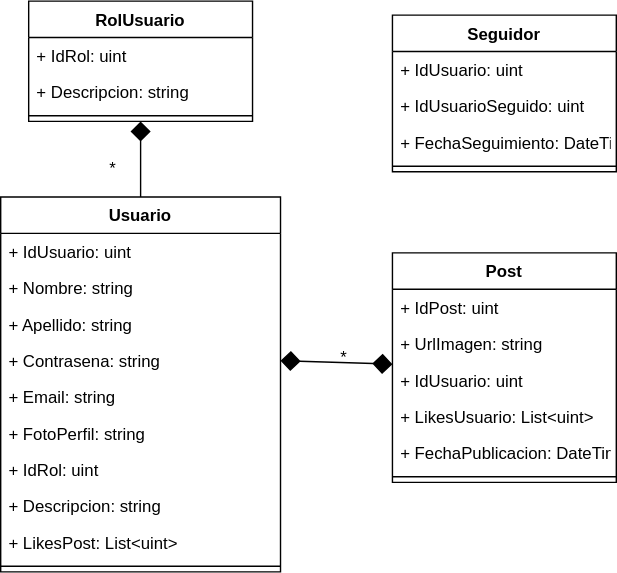
Earlier version of the draw.io export BackEnd/Models/Diagrama.drawio.svg (ChengLeonardo/WebImages). Source tidied: cells renumbered, new cells last; positions are measured from the earlier drawing's top-left corner, leaving out a move shared by most shapes.
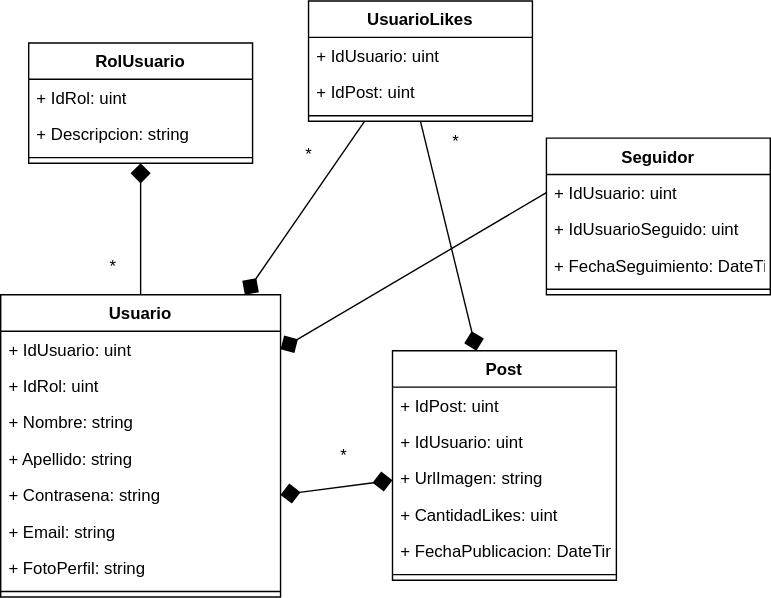
The same file after the commit.

Change to the diagram source:
```diff
@@ -6,7 +6,7 @@
       <mxGeometry relative="1" as="geometry" />
     </mxCell>
     <mxCell id="3" value="RolUsuario" style="swimlane;fontStyle=1;align=center;verticalAlign=top;horizontal=1;startSize=26;" parent="1" vertex="1">
-      <mxGeometry x="20" width="160" height="86" as="geometry" />
+      <mxGeometry x="20" y="-40" width="160" height="86" as="geometry" />
     </mxCell>
     <mxCell id="4" value="+ IdRol: uint" style="text;strokeColor=none;fillColor=none;align=left;verticalAlign=top;spacingLeft=4;spacingRight=4;overflow=hidden;" parent="3" vertex="1">
       <mxGeometry y="26" width="160" height="26" as="geometry" />
@@ -17,55 +17,55 @@
     <mxCell id="6" style="line;strokeWidth=1;fillColor=none;align=left;verticalAlign=middle;spacingTop=-1;spacingLeft=3;spacingRight=3;labelPosition=right;strokeColor=inherit;" parent="3" vertex="1">
       <mxGeometry y="78" width="160" height="8" as="geometry" />
     </mxCell>
+    <mxCell id="33" style="edgeStyle=none;html=1;entryX=0.25;entryY=1;entryDx=0;entryDy=0;startArrow=diamond;startFill=1;endArrow=none;endFill=0;startSize=12;" parent="1" edge="1" source="7" target="35">
+      <mxGeometry relative="1" as="geometry" />
+    </mxCell>
     <mxCell id="7" value="Usuario" style="swimlane;fontStyle=1;align=center;verticalAlign=top;horizontal=1;startSize=26;" parent="1" vertex="1">
-      <mxGeometry y="140" width="200" height="268" as="geometry" />
+      <mxGeometry y="140" width="200" height="216" as="geometry" />
     </mxCell>
     <mxCell id="8" value="+ IdUsuario: uint" style="text;strokeColor=none;fillColor=none;align=left;verticalAlign=top;spacingLeft=4;spacingRight=4;overflow=hidden;points=[[0,0.5],[1,0.5]];portConstraint=eastwest;" parent="7" vertex="1">
       <mxGeometry y="26" width="200" height="26" as="geometry" />
     </mxCell>
+    <mxCell id="14" value="+ IdRol: uint" style="text;strokeColor=none;fillColor=none;align=left;verticalAlign=top;spacingLeft=4;spacingRight=4;overflow=hidden;" parent="7" vertex="1">
+      <mxGeometry y="52" width="200" height="26" as="geometry" />
+    </mxCell>
     <mxCell id="9" value="+ Nombre: string" style="text;strokeColor=none;fillColor=none;align=left;verticalAlign=top;spacingLeft=4;spacingRight=4;overflow=hidden;" parent="7" vertex="1">
-      <mxGeometry y="52" width="200" height="26" as="geometry" />
+      <mxGeometry y="78" width="200" height="26" as="geometry" />
     </mxCell>
     <mxCell id="10" value="+ Apellido: string" style="text;strokeColor=none;fillColor=none;align=left;verticalAlign=top;spacingLeft=4;spacingRight=4;overflow=hidden;" parent="7" vertex="1">
-      <mxGeometry y="78" width="200" height="26" as="geometry" />
+      <mxGeometry y="104" width="200" height="26" as="geometry" />
     </mxCell>
     <mxCell id="11" value="+ Contrasena: string" style="text;strokeColor=none;fillColor=none;align=left;verticalAlign=top;spacingLeft=4;spacingRight=4;overflow=hidden;points=[[0,0.5],[1,0.5]];portConstraint=eastwest;" parent="7" vertex="1">
-      <mxGeometry y="104" width="200" height="26" as="geometry" />
+      <mxGeometry y="130" width="200" height="26" as="geometry" />
     </mxCell>
     <mxCell id="12" value="+ Email: string" style="text;strokeColor=none;fillColor=none;align=left;verticalAlign=top;spacingLeft=4;spacingRight=4;overflow=hidden;" parent="7" vertex="1">
-      <mxGeometry y="130" width="200" height="26" as="geometry" />
+      <mxGeometry y="156" width="200" height="26" as="geometry" />
     </mxCell>
     <mxCell id="13" value="+ FotoPerfil: string" style="text;strokeColor=none;fillColor=none;align=left;verticalAlign=top;spacingLeft=4;spacingRight=4;overflow=hidden;" parent="7" vertex="1">
-      <mxGeometry y="156" width="200" height="26" as="geometry" />
+      <mxGeometry y="182" width="200" height="26" as="geometry" />
     </mxCell>
-    <mxCell id="14" value="+ IdRol: uint" style="text;strokeColor=none;fillColor=none;align=left;verticalAlign=top;spacingLeft=4;spacingRight=4;overflow=hidden;" parent="7" vertex="1">
-      <mxGeometry y="182" width="200" height="26" as="geometry" />
-    </mxCell>
-    <mxCell id="15" value="+ Descripcion: string" style="text;strokeColor=none;fillColor=none;align=left;verticalAlign=top;spacingLeft=4;spacingRight=4;overflow=hidden;" parent="7" vertex="1">
-      <mxGeometry y="208" width="200" height="26" as="geometry" />
-    </mxCell>
-    <mxCell id="16" value="+ LikesPost: List&lt;uint&gt;" style="text;strokeColor=none;fillColor=none;align=left;verticalAlign=top;spacingLeft=4;spacingRight=4;overflow=hidden;" parent="7" vertex="1">
-      <mxGeometry y="234" width="200" height="26" as="geometry" />
-    </mxCell>
     <mxCell id="17" style="line;strokeWidth=1;fillColor=none;align=left;verticalAlign=middle;spacingTop=-1;spacingLeft=3;spacingRight=3;labelPosition=right;strokeColor=inherit;" parent="7" vertex="1">
-      <mxGeometry y="260" width="200" height="8" as="geometry" />
+      <mxGeometry y="208" width="200" height="8" as="geometry" />
     </mxCell>
     <mxCell id="18" style="edgeStyle=none;html=1;entryX=1;entryY=0.5;entryDx=0;entryDy=0;startArrow=diamond;startFill=1;endArrow=diamond;endFill=1;startSize=12;endSize=12;" parent="1" edge="1" source="19" target="11">
       <mxGeometry relative="1" as="geometry" />
     </mxCell>
+    <mxCell id="34" style="edgeStyle=none;html=1;entryX=0.5;entryY=1;entryDx=0;entryDy=0;startArrow=diamond;startFill=1;endArrow=none;endFill=0;startSize=12;" parent="1" edge="1" source="19" target="35">
+      <mxGeometry relative="1" as="geometry" />
+    </mxCell>
     <mxCell id="19" value="Post" style="swimlane;fontStyle=1;align=center;verticalAlign=top;horizontal=1;startSize=26;" parent="1" vertex="1">
       <mxGeometry x="280" y="180" width="160" height="164" as="geometry" />
     </mxCell>
     <mxCell id="20" value="+ IdPost: uint" style="text;strokeColor=none;fillColor=none;align=left;verticalAlign=top;spacingLeft=4;spacingRight=4;overflow=hidden;" parent="19" vertex="1">
       <mxGeometry y="26" width="160" height="26" as="geometry" />
     </mxCell>
+    <mxCell id="22" value="+ IdUsuario: uint" style="text;strokeColor=none;fillColor=none;align=left;verticalAlign=top;spacingLeft=4;spacingRight=4;overflow=hidden;" parent="19" vertex="1">
+      <mxGeometry y="52" width="160" height="26" as="geometry" />
+    </mxCell>
     <mxCell id="21" value="+ UrlImagen: string" style="text;strokeColor=none;fillColor=none;align=left;verticalAlign=top;spacingLeft=4;spacingRight=4;overflow=hidden;" parent="19" vertex="1">
-      <mxGeometry y="52" width="160" height="26" as="geometry" />
+      <mxGeometry y="78" width="160" height="26" as="geometry" />
     </mxCell>
-    <mxCell id="22" value="+ IdUsuario: uint" style="text;strokeColor=none;fillColor=none;align=left;verticalAlign=top;spacingLeft=4;spacingRight=4;overflow=hidden;" parent="19" vertex="1">
-      <mxGeometry y="78" width="160" height="26" as="geometry" />
-    </mxCell>
-    <mxCell id="23" value="+ LikesUsuario: List&lt;uint&gt;" style="text;strokeColor=none;fillColor=none;align=left;verticalAlign=top;spacingLeft=4;spacingRight=4;overflow=hidden;" parent="19" vertex="1">
+    <mxCell id="23" value="+ CantidadLikes: uint" style="text;strokeColor=none;fillColor=none;align=left;verticalAlign=top;spacingLeft=4;spacingRight=4;overflow=hidden;" parent="19" vertex="1">
       <mxGeometry y="104" width="160" height="26" as="geometry" />
     </mxCell>
     <mxCell id="24" value="+ FechaPublicacion: DateTime" style="text;strokeColor=none;fillColor=none;align=left;verticalAlign=top;spacingLeft=4;spacingRight=4;overflow=hidden;" parent="19" vertex="1">
@@ -75,7 +75,7 @@
       <mxGeometry y="156" width="160" height="8" as="geometry" />
     </mxCell>
     <mxCell id="26" value="Seguidor" style="swimlane;fontStyle=1;align=center;verticalAlign=top;horizontal=1;startSize=26;" parent="1" vertex="1">
-      <mxGeometry x="280" y="10" width="160" height="112" as="geometry" />
+      <mxGeometry x="390" y="28" width="160" height="112" as="geometry" />
     </mxCell>
     <mxCell id="27" value="+ IdUsuario: uint" style="text;strokeColor=none;fillColor=none;align=left;verticalAlign=top;spacingLeft=4;spacingRight=4;overflow=hidden;points=[[0,0.5],[1,0.5]];portConstraint=eastwest;" parent="26" vertex="1">
       <mxGeometry y="26" width="160" height="26" as="geometry" />
@@ -95,5 +95,26 @@
     <mxCell id="32" value="*" style="text;html=1;align=center;verticalAlign=middle;strokeColor=none;fillColor=none;" parent="1" vertex="1">
       <mxGeometry x="230" y="240" width="30" height="30" as="geometry" />
     </mxCell>
+    <mxCell id="35" value="UsuarioLikes" style="swimlane;fontStyle=1;align=center;verticalAlign=top;horizontal=1;startSize=26;" parent="1" vertex="1">
+      <mxGeometry x="220" y="-70" width="160" height="86" as="geometry" />
+    </mxCell>
+    <mxCell id="36" value="+ IdUsuario: uint" style="text;strokeColor=none;fillColor=none;align=left;verticalAlign=top;spacingLeft=4;spacingRight=4;overflow=hidden;" parent="35" vertex="1">
+      <mxGeometry y="26" width="160" height="26" as="geometry" />
+    </mxCell>
+    <mxCell id="37" value="+ IdPost: uint" style="text;strokeColor=none;fillColor=none;align=left;verticalAlign=top;spacingLeft=4;spacingRight=4;overflow=hidden;" parent="35" vertex="1">
+      <mxGeometry y="52" width="160" height="26" as="geometry" />
+    </mxCell>
+    <mxCell id="38" style="line;strokeWidth=1;fillColor=none;align=left;verticalAlign=middle;spacingTop=-1;spacingLeft=3;spacingRight=3;labelPosition=right;strokeColor=inherit;" parent="35" vertex="1">
+      <mxGeometry y="78" width="160" height="8" as="geometry" />
+    </mxCell>
+    <mxCell id="39" value="*" style="text;html=1;align=center;verticalAlign=middle;strokeColor=none;fillColor=none;" parent="1" vertex="1">
+      <mxGeometry x="205" y="25" width="30" height="30" as="geometry" />
+    </mxCell>
+    <mxCell id="40" value="*" style="text;html=1;align=center;verticalAlign=middle;strokeColor=none;fillColor=none;" parent="1" vertex="1">
+      <mxGeometry x="310" y="16" width="30" height="30" as="geometry" />
+    </mxCell>
+    <mxCell id="41" style="edgeStyle=none;html=1;entryX=0;entryY=0.5;entryDx=0;entryDy=0;startArrow=diamond;startFill=1;endArrow=none;endFill=0;startSize=12;exitX=1;exitY=0.5;exitDx=0;exitDy=0;" parent="1" edge="1" source="8" target="27">
+      <mxGeometry relative="1" as="geometry" />
+    </mxCell>
   </root>
 </mxGraphModel>
```
